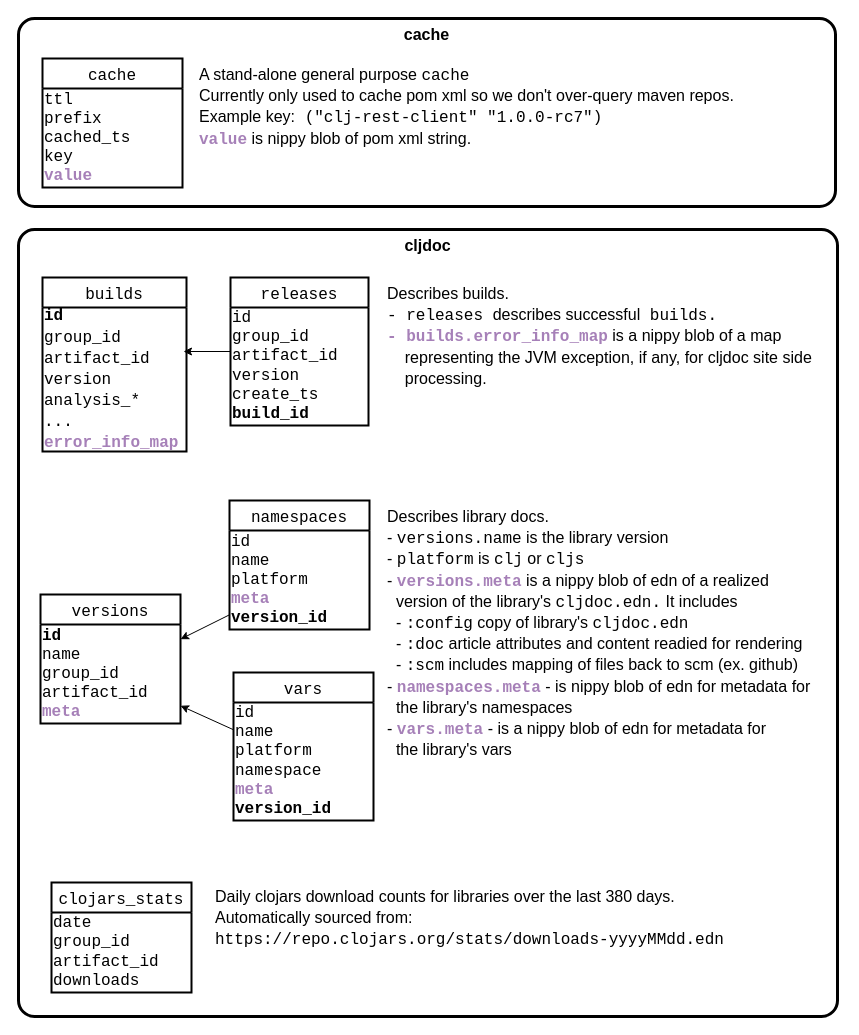
Earlier version of the draw.io diagram doc/database-overview.drawio (cljdoc/cljdoc). Source tidied: cells renumbered, new cells numbered last; positions are measured from the earlier drawing's top-left corner, leaving out a move shared by most shapes. Both pictures are drawn from the tidied source at 100%, with x=0, y=0 at pixel (18, 18).
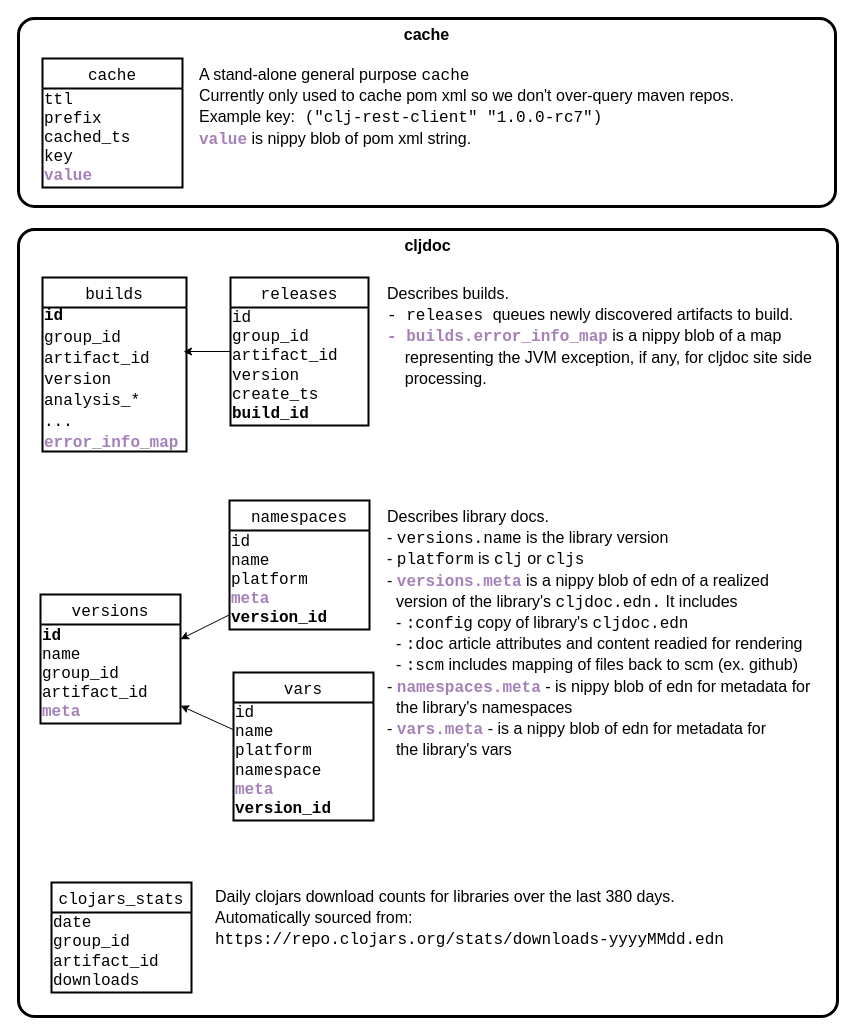
Above is the later version.

What changed in the source:
```diff
@@
-    <mxCell id="18" value="&lt;font face=&quot;Helvetica&quot;&gt;Describes builds.&amp;nbsp;&lt;br&gt;&lt;/font&gt;- releases &lt;font face=&quot;Helvetica&quot;&gt;describes successful&lt;/font&gt;&amp;nbsp;builds.&lt;br style=&quot;font-size: 16px&quot;&gt;&lt;font color=&quot;#a680b8&quot;&gt;&lt;b&gt;- builds.error_info_map&lt;/b&gt;&lt;/font&gt;&lt;font face=&quot;Helvetica&quot;&gt;&amp;nbsp;is a nippy blob of a map&lt;br&gt;&amp;nbsp; &amp;nbsp; representing the JVM exception, if any, for cljdoc site side&lt;br&gt;&amp;nbsp; &amp;nbsp; processing.&amp;nbsp;&lt;/font&gt;" style="text;html=1;strokeColor=none;fillColor=none;align=left;verticalAlign=top;whiteSpace=wrap;rounded=0;fontFamily=Courier New;fontSize=16;" parent="1" vertex="1">
-      <mxGeometry x="367" y="259" width="435" height="118" as="geometry" />
+    <mxCell id="18" value="&lt;font face=&quot;Helvetica&quot;&gt;Describes builds.&amp;nbsp;&lt;br&gt;&lt;/font&gt;- releases &lt;font face=&quot;Helvetica&quot;&gt;queues newly discovered artifacts to build.&lt;/font&gt;&lt;br style=&quot;font-size: 16px&quot;&gt;&lt;font color=&quot;#a680b8&quot;&gt;&lt;b&gt;- builds.error_info_map&lt;/b&gt;&lt;/font&gt;&lt;font face=&quot;Helvetica&quot;&gt;&amp;nbsp;is a nippy blob of a map&lt;br&gt;&amp;nbsp; &amp;nbsp; representing the JVM exception, if any, for cljdoc site side&lt;br&gt;&amp;nbsp; &amp;nbsp; processing.&amp;nbsp;&lt;/font&gt;" style="text;html=1;strokeColor=none;fillColor=none;align=left;verticalAlign=top;whiteSpace=wrap;rounded=0;fontFamily=Courier New;fontSize=16;" parent="1" vertex="1">
+      <mxGeometry x="367" y="259" width="436" height="115" as="geometry" />
     </mxCell>
```
